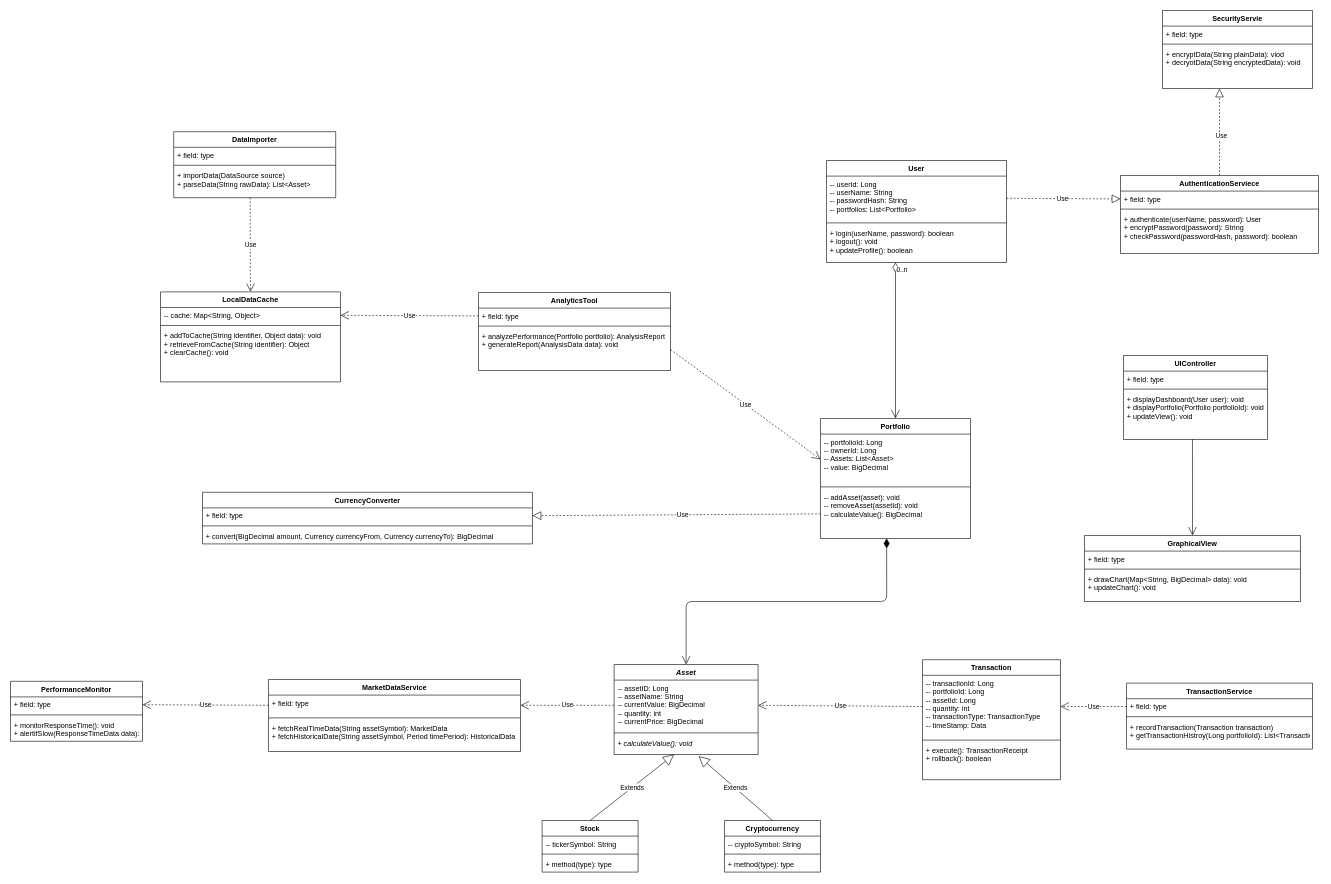
Above: demo/documents/analysises/UML/V1.0/UML.drawio in cyang2001/projectJava (draw.io), before the change. Source tidied: cells renumbered, new cells numbered last; positions are measured from the earlier drawing's top-left corner, leaving out a move shared by most shapes. Both pictures are drawn from the tidied source at 60%, with x=0, y=0 at pixel (10, 10).
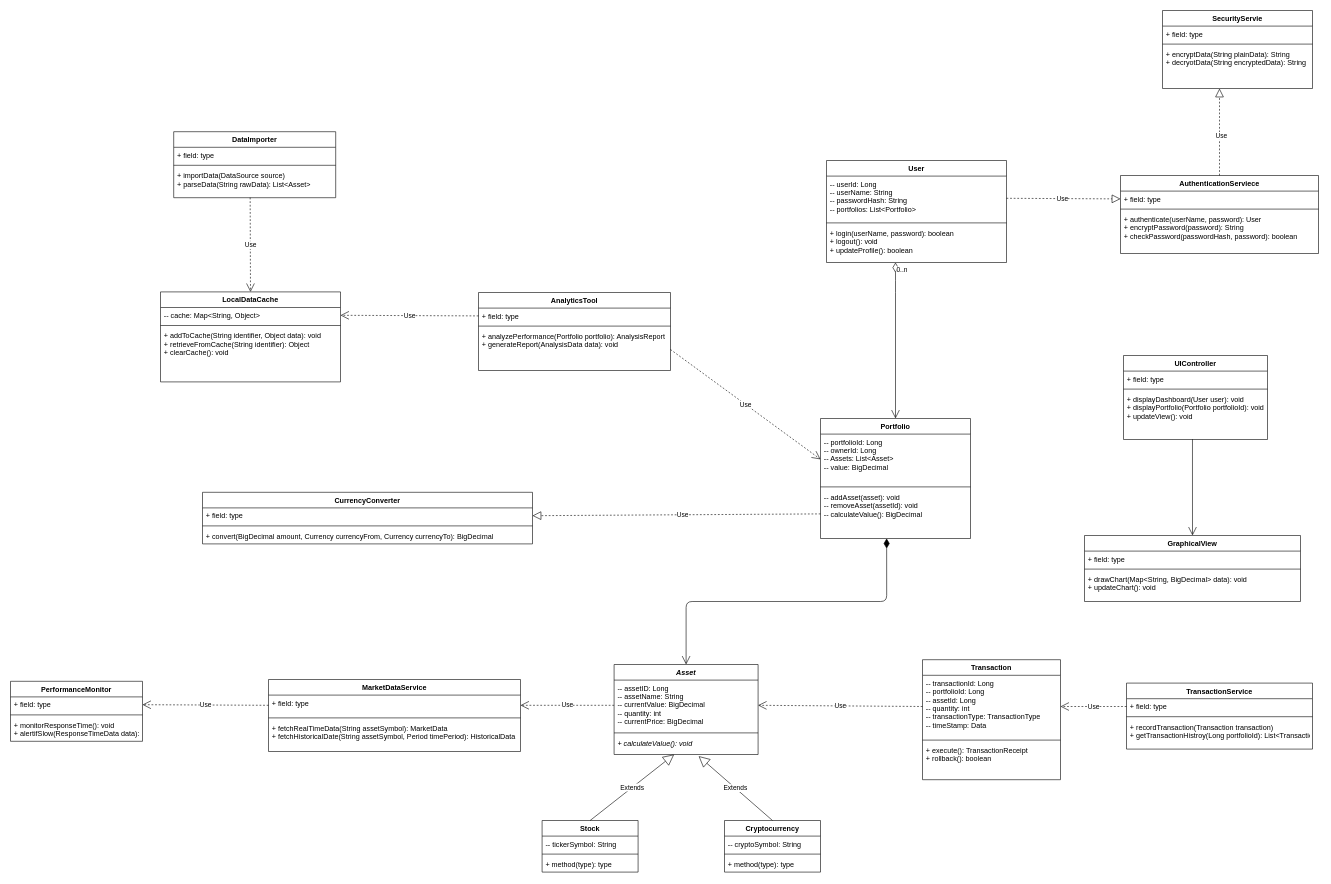
The same page after the edit.

Unchanged cells that the change refers to:
```xml
<mxCell id="83" value="SecurityServie" style="swimlane;fontStyle=1;align=center;verticalAlign=top;horizontal=1;startSize=26;" parent="1" vertex="1">
  <mxGeometry x="1920" width="250" height="130" as="geometry" />
</mxCell>
```

What changed in the source:
```diff
@@
-    <mxCell id="86" value="+ encryptData(String plainData): viod&#10;+ decryotData(String encryptedData): void" style="text;strokeColor=none;fillColor=none;align=left;verticalAlign=top;spacingLeft=4;spacingRight=4;overflow=hidden;" parent="83" vertex="1">
+    <mxCell id="86" value="+ encryptData(String plainData): String&#10;+ decryotData(String encryptedData): String" style="text;strokeColor=none;fillColor=none;align=left;verticalAlign=top;spacingLeft=4;spacingRight=4;overflow=hidden;" parent="83" vertex="1">
       <mxGeometry y="60" width="250" height="70" as="geometry" />
     </mxCell>
```
